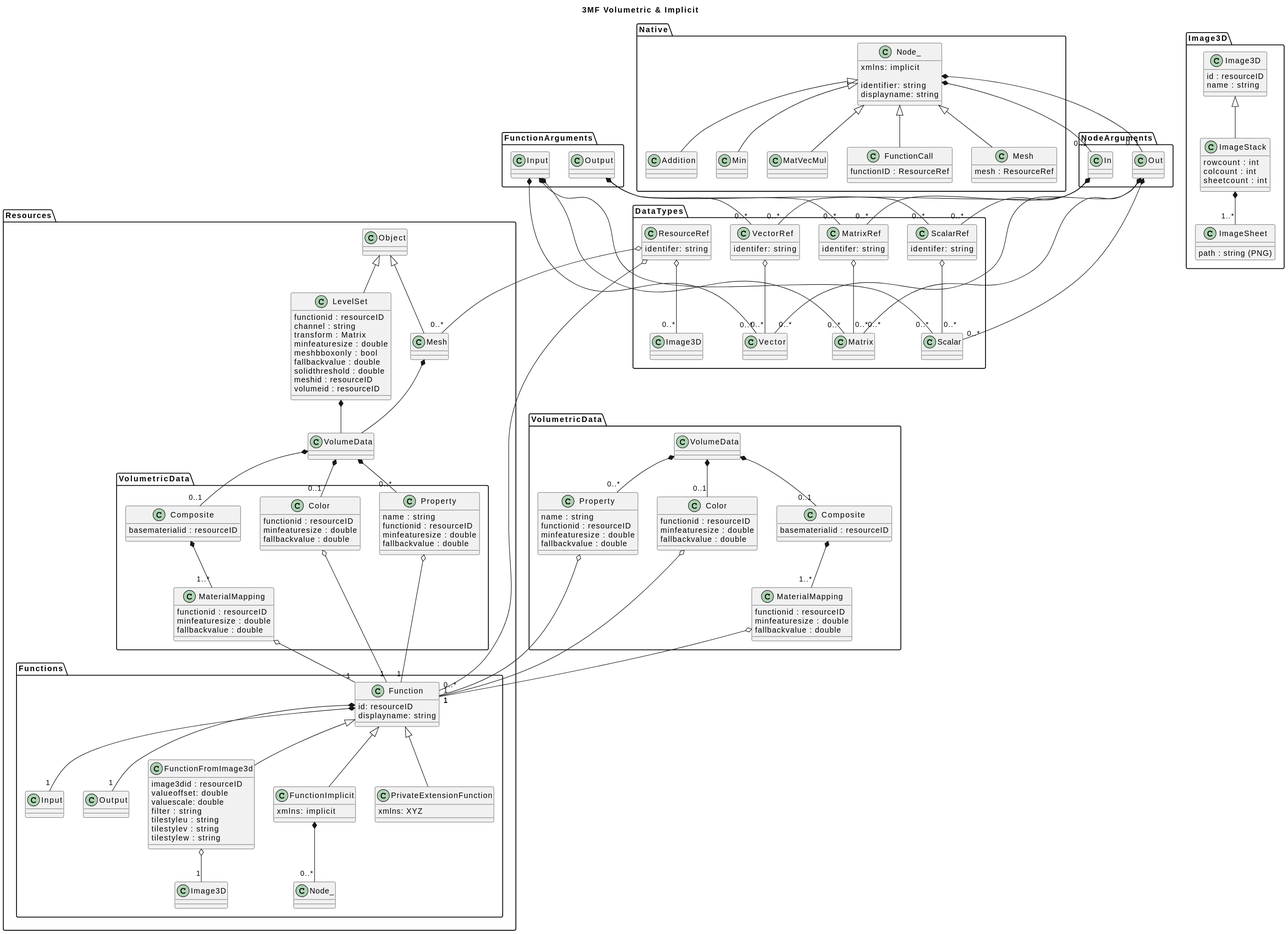
The PlantUML diagram Volumetric class diagram/Volumetric class diagram.svg in 3MFConsortium/spec_volumetric, before a commit.
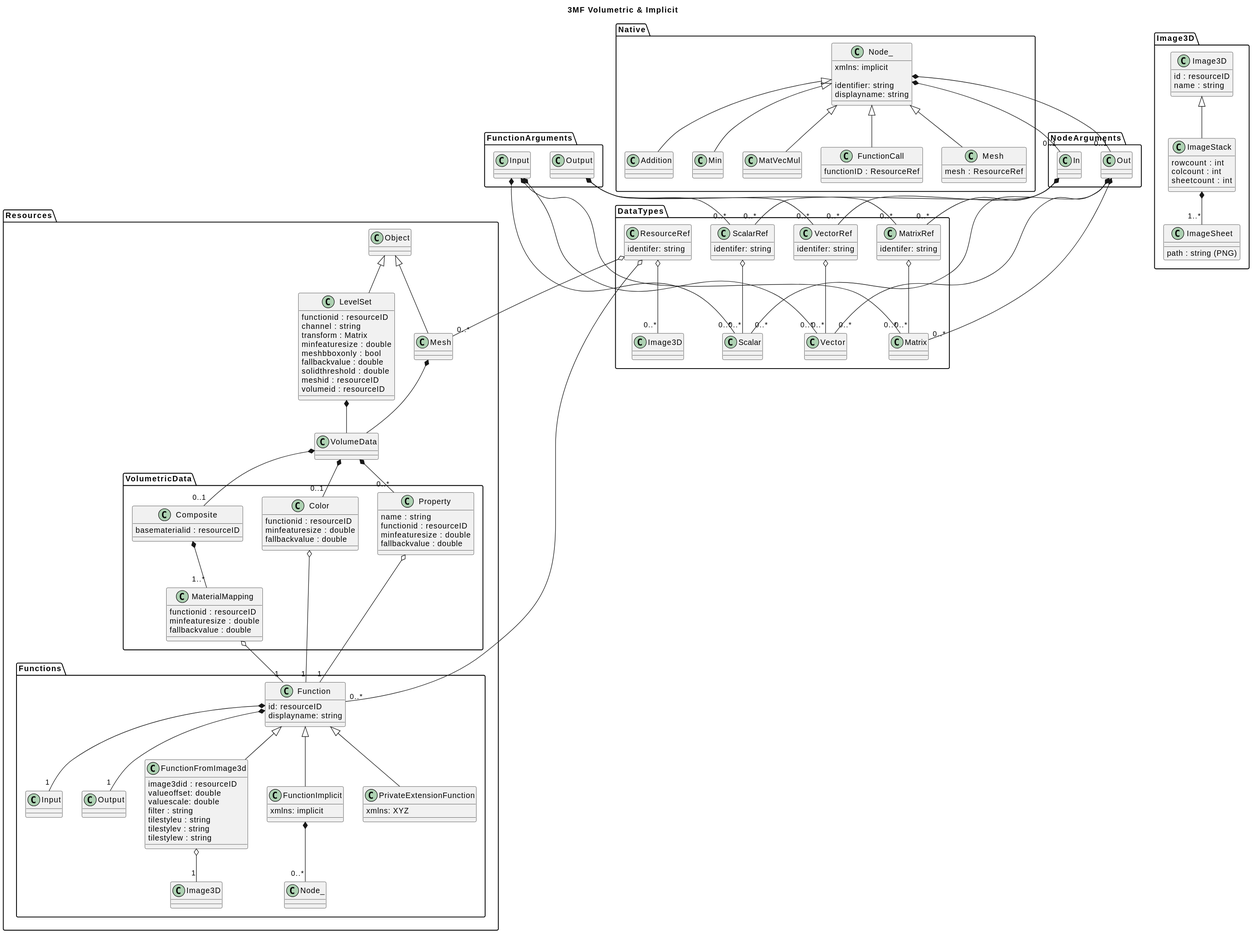
Above is the later version.

Change to the diagram source:
```diff
@@ -230,45 +230,4 @@
     Node_ *-- "0..1" In
     Node_ *-- "0..1" Out
 }
-
-package VolumetricData
-{
-    Class VolumeData
-
-    Class Color
-    {
-        functionid : resourceID
-        minfeaturesize : double
-        fallbackvalue : double
-    }
-
-    Class Property
-    {
-        name : string
-        functionid : resourceID
-        minfeaturesize : double
-        fallbackvalue : double
-    }
-
-    Class Composite
-    {
-        basematerialid : resourceID
-    }
-
-    Class MaterialMapping
-    {
-        functionid : resourceID
-        minfeaturesize : double
-        fallbackvalue : double
-    }
-
-    VolumeData *-- "0..1" Color
-    VolumeData *-- "0..*" Property
-    VolumeData *-- "0..1" Composite
-    Composite *-- "1..*" MaterialMapping
-
-    Color o-- "1" Function
-    Property o-- "1" Function
-    MaterialMapping o-- "1" Function
-}
 @enduml
```
